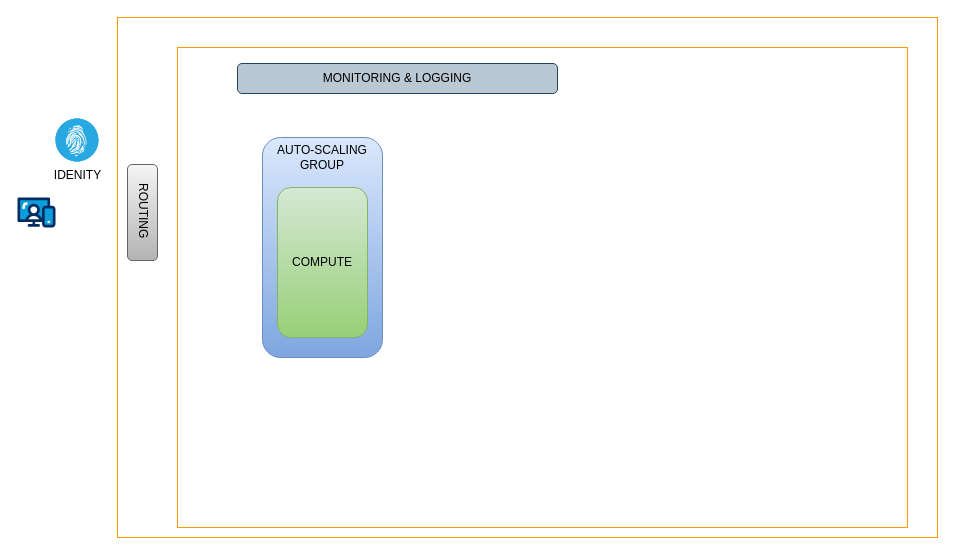
ai-next-zen/diagrams keeps this draw.io diagram as ent_1.drawio. Above is the earlier version. Source tidied: cells renumbered, new cells numbered last; positions are measured from the earlier drawing's top-left corner, leaving out a move shared by most shapes. Both pictures are drawn from the tidied source at 100%, with x=0, y=0 at pixel (17, 17).
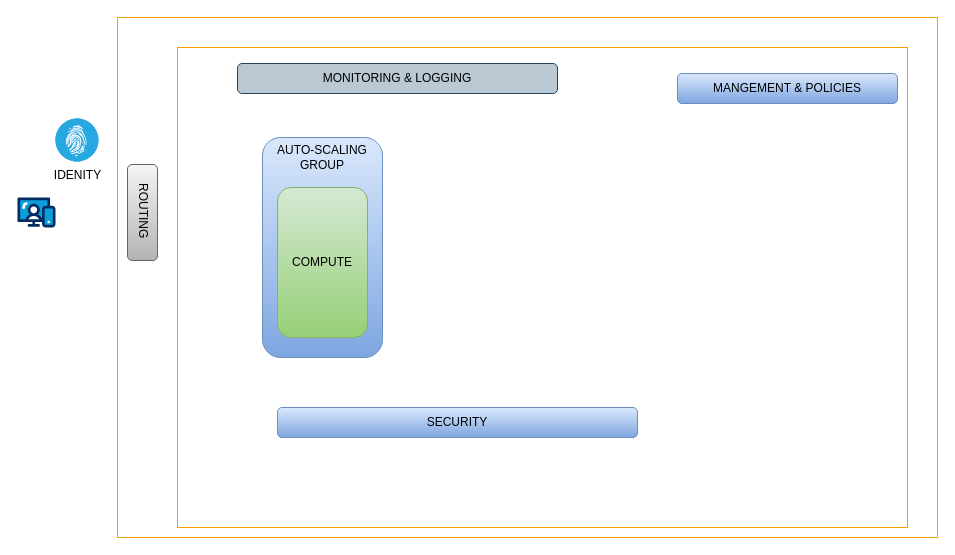
After the change.

What changed in the source:
```diff
@@
 <mxGraphModel>
   <root>
     <mxCell id="0" />
     <mxCell id="1" parent="0" />
     <mxCell id="2" style="gradientColor=none;html=1;whiteSpace=wrap;fontSize=12;fontStyle=0;strokeColor=#FF9900;fillColor=none;verticalAlign=top;align=center;fontColor=#FF9900;dashed=0;spacingTop=3;" parent="1" vertex="1">
       <mxGeometry x="100" width="820" height="520" as="geometry" />
     </mxCell>
     <mxCell id="3" style="verticalLabelPosition=bottom;html=1;shape=mxgraph.salesforce.web;" parent="1" vertex="1">
       <mxGeometry y="180" width="38" height="30" as="geometry" />
     </mxCell>
     <mxCell id="4" value="IDENITY" style="fillColor=#28A8E0;verticalLabelPosition=bottom;sketch=0;html=1;strokeColor=#ffffff;verticalAlign=top;align=center;shape=mxgraph.cisco_safe.compositeIcon;bgIcon=ellipse;resIcon=mxgraph.cisco_safe.capability.identity_authorization;" parent="1" vertex="1">
       <mxGeometry x="38" y="101" width="43" height="43" as="geometry" />
     </mxCell>
     <mxCell id="5" style="gradientColor=none;html=1;whiteSpace=wrap;fontSize=12;fontStyle=0;strokeColor=#FF9900;fillColor=none;verticalAlign=top;align=center;fontColor=#FF9900;dashed=0;spacingTop=3;" parent="1" vertex="1">
       <mxGeometry x="160" y="30" width="730" height="480" as="geometry" />
     </mxCell>
     <mxCell id="6" value="MONITORING &amp;amp; LOGGING" style="rounded=1;whiteSpace=wrap;html=1;fillColor=#bac8d3;strokeColor=#23445d;" parent="1" vertex="1">
       <mxGeometry x="220" y="46" width="320" height="30" as="geometry" />
     </mxCell>
     <mxCell id="7" value="&lt;span style=&quot;background-color: transparent; color: light-dark(rgb(0, 0, 0), rgb(255, 255, 255));&quot;&gt;AUTO-SCALING&lt;/span&gt;&lt;br&gt;&lt;span style=&quot;background-color: transparent; color: light-dark(rgb(0, 0, 0), rgb(255, 255, 255));&quot;&gt;GROUP&lt;/span&gt;" style="rounded=1;whiteSpace=wrap;html=1;labelPosition=center;verticalLabelPosition=top;align=center;verticalAlign=bottom;spacingTop=6;spacing=-35;fillColor=#dae8fc;strokeColor=#6c8ebf;gradientColor=#7ea6e0;" parent="1" vertex="1">
       <mxGeometry x="245" y="120" width="120" height="220" as="geometry" />
     </mxCell>
     <mxCell id="8" value="ROUTING&amp;nbsp;" style="rounded=1;whiteSpace=wrap;html=1;textDirection=vertical-lr;fillColor=#f5f5f5;gradientColor=#b3b3b3;strokeColor=#666666;" parent="1" vertex="1">
       <mxGeometry x="110" y="147" width="30" height="96" as="geometry" />
     </mxCell>
     <mxCell id="9" value="COMPUTE" style="rounded=1;whiteSpace=wrap;html=1;fillColor=#d5e8d4;gradientColor=#97d077;strokeColor=#82b366;" parent="1" vertex="1">
       <mxGeometry x="260" y="170" width="90" height="150" as="geometry" />
     </mxCell>
+    <mxCell id="10" value="MANGEMENT &amp;amp; POLICIES" style="rounded=1;whiteSpace=wrap;html=1;fillColor=#dae8fc;strokeColor=#6c8ebf;gradientColor=#7ea6e0;" parent="1" vertex="1">
+      <mxGeometry x="660" y="56" width="220" height="30" as="geometry" />
+    </mxCell>
+    <mxCell id="11" value="SECURITY" style="rounded=1;whiteSpace=wrap;html=1;fillColor=#dae8fc;strokeColor=#6c8ebf;gradientColor=#7ea6e0;" parent="1" vertex="1">
+      <mxGeometry x="260" y="390" width="360" height="30" as="geometry" />
+    </mxCell>
   </root>
 </mxGraphModel>
```
